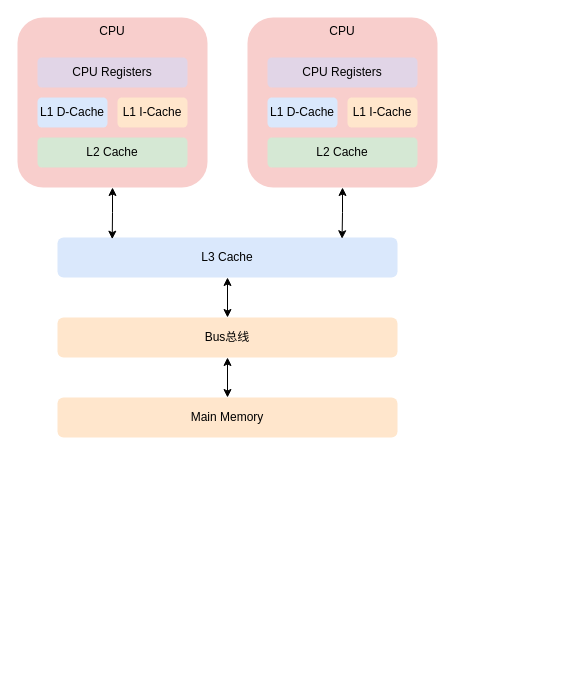
msb8080/my-diagrams keeps this draw.io diagram as 技术总结.drawio. Above is the earlier version. Source tidied: cells renumbered, new cells numbered last; positions are measured from the earlier drawing's top-left corner, leaving out a move shared by most shapes. Both pictures are drawn from the tidied source at 100%, with x=0, y=0 at pixel (17, 17).
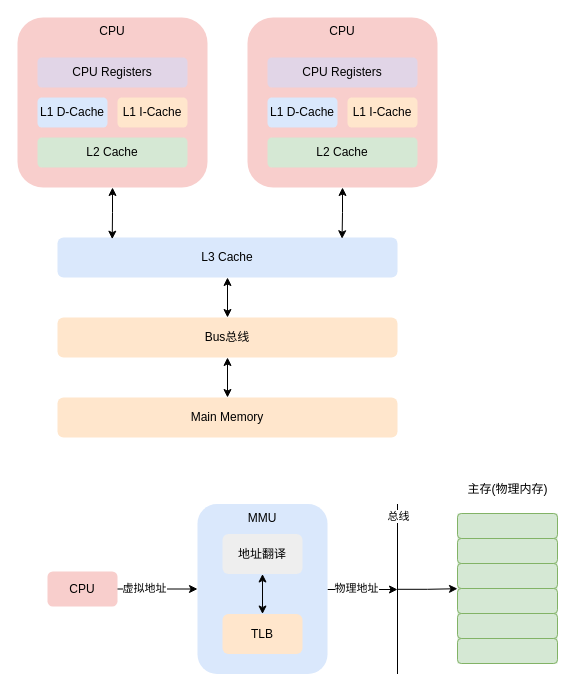
After the change.

Commit message (it also covers changes not shown here):
更新技术总结.drawio

The edit, as a diff of the source:
```diff
@@
+    <mxCell id="21" style="group;" parent="1" vertex="1">
+      <mxGeometry x="30" y="457" width="510" height="199.5" as="geometry" />
+    </mxCell>
+    <mxCell id="22" value="CPU" style="rounded=1;whiteSpace=wrap;html=1;fillColor=#f8cecc;strokeColor=none;" parent="21" vertex="1">
+      <mxGeometry y="97" width="70" height="35" as="geometry" />
+    </mxCell>
+    <mxCell id="23" style="endArrow=none;html=1;rounded=0;" parent="21" edge="1">
+      <mxGeometry relative="1" as="geometry">
+        <mxPoint x="350" y="199.5" as="sourcePoint" />
+        <mxPoint x="350" y="29.5" as="targetPoint" />
+      </mxGeometry>
+    </mxCell>
+    <mxCell id="24" value="总线" style="edgeLabel;html=1;align=center;verticalAlign=middle;" parent="23" vertex="1">
+      <mxGeometry x="0.86" relative="1" as="geometry" />
+    </mxCell>
+    <mxCell id="25" style="group;fillColor=#d5e8d4;strokeColor=none;" parent="21" vertex="1">
+      <mxGeometry x="410" y="39" width="100" height="150" as="geometry" />
+    </mxCell>
+    <mxCell id="26" style="rounded=1;whiteSpace=wrap;html=1;fillColor=#d5e8d4;strokeColor=#82b366;" parent="25" vertex="1">
+      <mxGeometry width="100" height="25" as="geometry" />
+    </mxCell>
+    <mxCell id="27" style="rounded=1;whiteSpace=wrap;html=1;fillColor=#d5e8d4;strokeColor=#82b366;" parent="25" vertex="1">
+      <mxGeometry y="25" width="100" height="25" as="geometry" />
+    </mxCell>
+    <mxCell id="28" style="rounded=1;whiteSpace=wrap;html=1;fillColor=#d5e8d4;strokeColor=#82b366;" parent="25" vertex="1">
+      <mxGeometry y="50" width="100" height="25" as="geometry" />
+    </mxCell>
+    <mxCell id="29" style="rounded=1;whiteSpace=wrap;html=1;fillColor=#d5e8d4;strokeColor=#82b366;" parent="25" vertex="1">
+      <mxGeometry y="75" width="100" height="25" as="geometry" />
+    </mxCell>
+    <mxCell id="30" style="rounded=1;whiteSpace=wrap;html=1;fillColor=#d5e8d4;strokeColor=#82b366;" parent="25" vertex="1">
+      <mxGeometry y="100" width="100" height="25" as="geometry" />
+    </mxCell>
+    <mxCell id="31" style="rounded=1;whiteSpace=wrap;html=1;fillColor=#d5e8d4;strokeColor=#82b366;" parent="25" vertex="1">
+      <mxGeometry y="125" width="100" height="25" as="geometry" />
+    </mxCell>
+    <mxCell id="32" style="edgeStyle=orthogonalEdgeStyle;rounded=0;jettySize=auto;html=1;entryX=0;entryY=0.5;entryDx=0;entryDy=0;" parent="21" edge="1" source="22" target="37">
+      <mxGeometry relative="1" as="geometry" />
+    </mxCell>
+    <mxCell id="33" value="虚拟地址" style="edgeLabel;html=1;align=center;verticalAlign=middle;" parent="32" vertex="1">
+      <mxGeometry x="-0.34" y="1" relative="1" as="geometry" />
+    </mxCell>
+    <mxCell id="34" style="group;" parent="21" vertex="1">
+      <mxGeometry x="150" y="29.5" width="130" height="170" as="geometry" />
+    </mxCell>
+    <mxCell id="35" style="edgeStyle=orthogonalEdgeStyle;rounded=0;jettySize=auto;html=1;" parent="34" edge="1" source="37">
+      <mxGeometry relative="1" as="geometry">
+        <mxPoint x="200" y="85.5" as="targetPoint" />
+        <Array as="points">
+          <mxPoint x="160" y="85" />
+        </Array>
+      </mxGeometry>
+    </mxCell>
+    <mxCell id="36" value="物理地址" style="edgeLabel;html=1;align=center;verticalAlign=middle;" parent="35" vertex="1">
+      <mxGeometry x="-0.19" y="2" relative="1" as="geometry" />
+    </mxCell>
+    <mxCell id="37" value="MMU" style="rounded=1;whiteSpace=wrap;html=1;verticalAlign=top;fillColor=#dae8fc;strokeColor=none;" parent="34" vertex="1">
+      <mxGeometry width="130" height="170" as="geometry" />
+    </mxCell>
+    <mxCell id="38" style="edgeStyle=orthogonalEdgeStyle;rounded=0;jettySize=auto;html=1;entryX=0.5;entryY=0;entryDx=0;entryDy=0;startArrow=classic;startFill=1;" parent="34" edge="1" source="39" target="40">
+      <mxGeometry relative="1" as="geometry" />
+    </mxCell>
+    <mxCell id="39" value="地址翻译" style="rounded=1;whiteSpace=wrap;html=1;fillColor=#eeeeee;strokeColor=none;" parent="34" vertex="1">
+      <mxGeometry x="25" y="30" width="80" height="40" as="geometry" />
+    </mxCell>
+    <mxCell id="40" value="TLB" style="rounded=1;whiteSpace=wrap;html=1;fillColor=#ffe6cc;strokeColor=none;" parent="34" vertex="1">
+      <mxGeometry x="25" y="110" width="80" height="40" as="geometry" />
+    </mxCell>
+    <mxCell id="41" style="edgeStyle=orthogonalEdgeStyle;rounded=0;orthogonalLoop=1;jettySize=auto;html=1;" parent="21" edge="1">
+      <mxGeometry relative="1" as="geometry">
+        <mxPoint x="350" y="114.8" as="sourcePoint" />
+        <mxPoint x="410" y="114.2" as="targetPoint" />
+        <Array as="points">
+          <mxPoint x="380" y="113.8" />
+        </Array>
+      </mxGeometry>
+    </mxCell>
+    <mxCell id="42" value="主存(物理内存)" style="text;html=1;align=center;verticalAlign=middle;strokeColor=none;fillColor=none;" parent="21" vertex="1">
+      <mxGeometry x="410" width="100" height="30" as="geometry" />
+    </mxCell>
```
